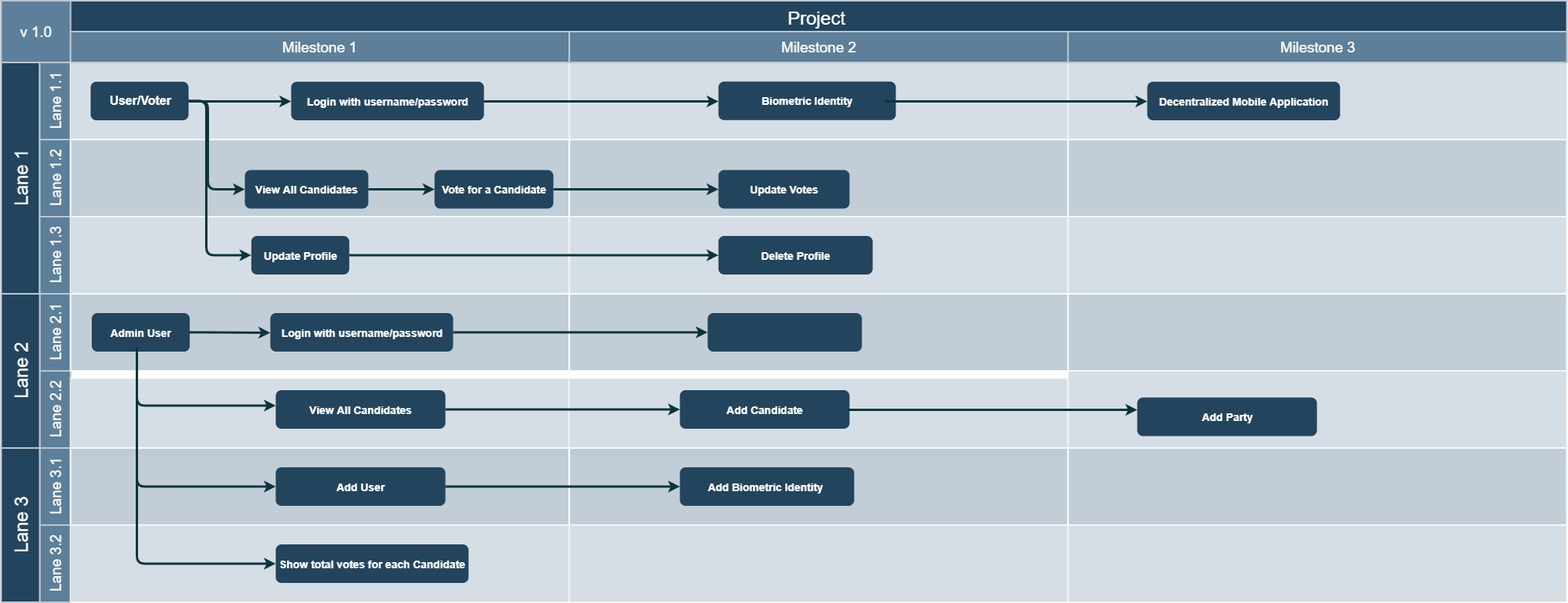
priyaminhas/DappII-Final-Project keeps this draw.io diagram as project_documents/flowchart_milestone.png. Above is the earlier version. Source tidied: cells renumbered, new cells last; positions are measured from the earlier drawing's top-left corner, leaving out a move shared by most shapes.
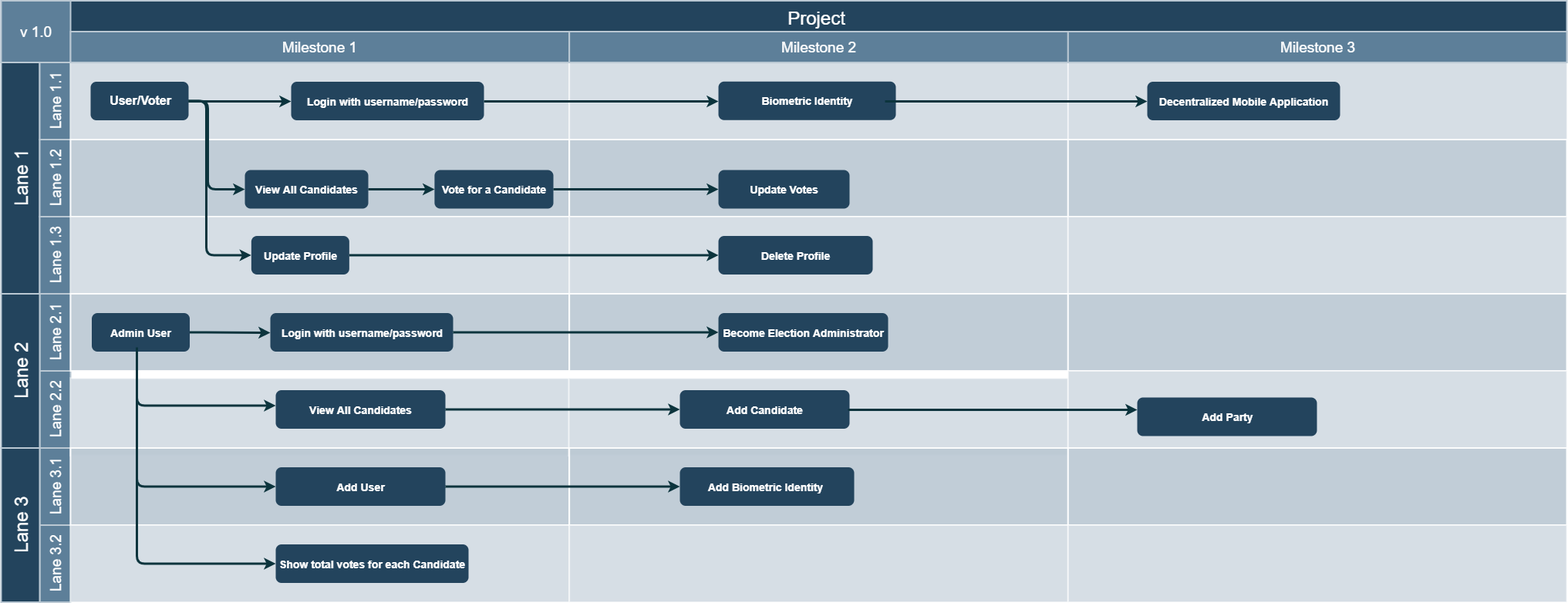
Above is the later version.

What changed in the source:
```diff
@@ -133,8 +133,8 @@
     <mxCell id="43" value="&lt;font color=&quot;#ffffff&quot; size=&quot;1&quot;&gt;&lt;b style=&quot;font-size: 14px&quot;&gt;Add Party&lt;/b&gt;&lt;/font&gt;" style="rounded=1;fillColor=#23445D;strokeColor=none;strokeWidth=2;gradientColor=none;fontFamily=Helvetica;html=1;" parent="1" vertex="1">
       <mxGeometry x="1473" y="515" width="233" height="50" as="geometry" />
     </mxCell>
-    <mxCell id="44" style="rounded=1;fillColor=#23445D;strokeColor=none;strokeWidth=2;fontFamily=Helvetica;html=1;gradientColor=none;" parent="1" vertex="1">
-      <mxGeometry x="916" y="405.5" width="200" height="50" as="geometry" />
+    <mxCell id="44" value="&lt;font style=&quot;font-size: 14px&quot; color=&quot;#ffffff&quot;&gt;&lt;b&gt;Become Election Administrator&lt;/b&gt;&lt;/font&gt;" style="rounded=1;fillColor=#23445D;strokeColor=none;strokeWidth=2;fontFamily=Helvetica;html=1;gradientColor=none;" parent="1" vertex="1">
+      <mxGeometry x="930" y="405.5" width="220" height="50" as="geometry" />
     </mxCell>
     <mxCell id="45" value="&lt;font color=&quot;#ffffff&quot; size=&quot;1&quot;&gt;&lt;b style=&quot;font-size: 14px&quot;&gt;Add Candidate&lt;/b&gt;&lt;/font&gt;" style="rounded=1;fillColor=#23445D;strokeColor=none;strokeWidth=2;fontFamily=Helvetica;html=1;gradientColor=none;" parent="1" vertex="1">
       <mxGeometry x="880" y="505.5" width="220" height="50" as="geometry" />
```
